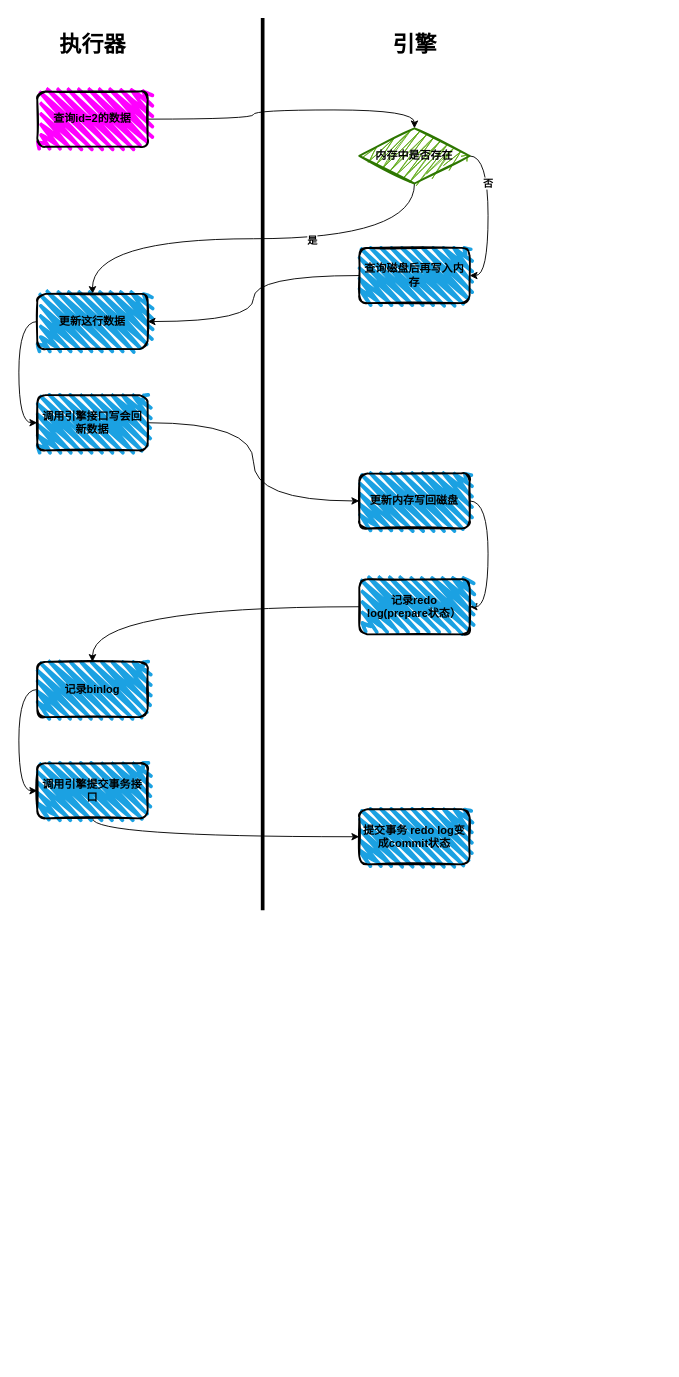
HAHARURU/note keeps this draw.io diagram as mysql.drawio. Above is the earlier version. Source tidied: cells renumbered, new cells numbered last; positions are measured from the earlier drawing's top-left corner, leaving out a move shared by most shapes. Both pictures are drawn from the tidied source at 92%, with x=0, y=0 at pixel (37, 17).
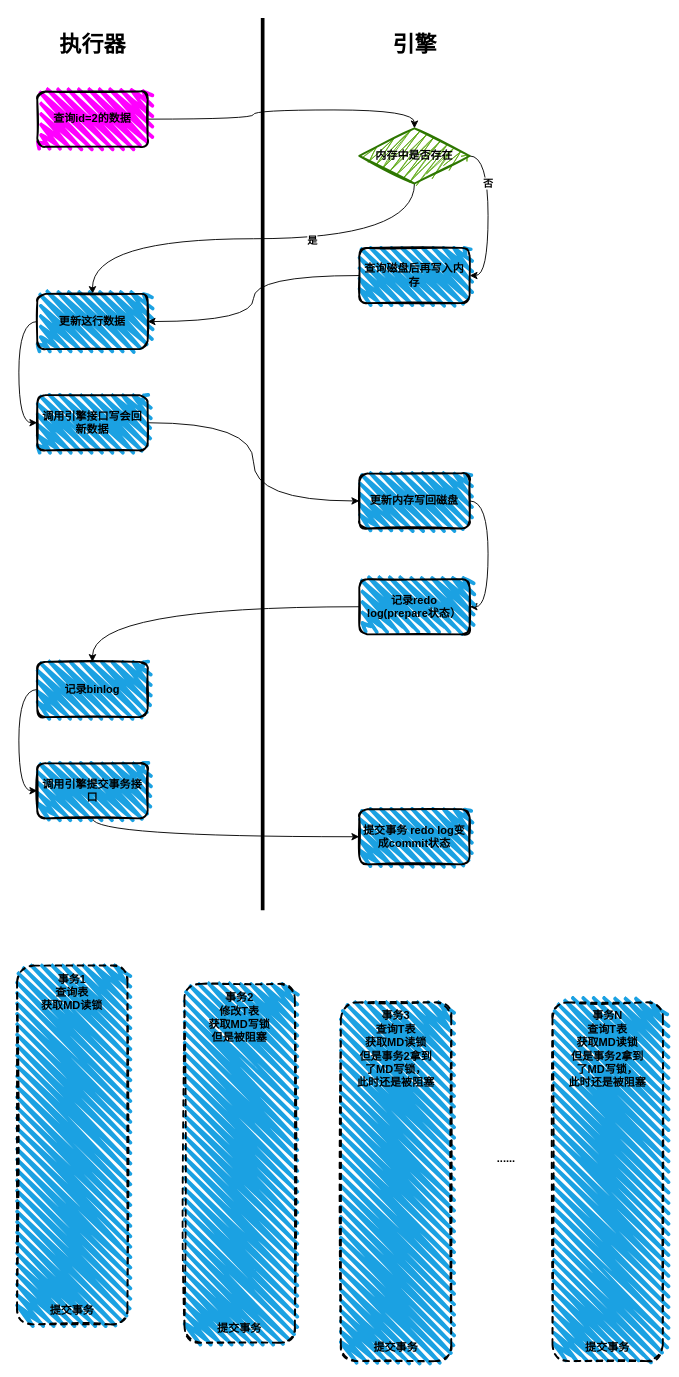
The same diagram, later.

What changed in the source:
```diff
@@
+    <mxCell id="27" value="&lt;b&gt;事务1&lt;br&gt;查询表&lt;br&gt;获取MD读锁&lt;br&gt;&lt;br&gt;&lt;br&gt;&lt;br&gt;&lt;br&gt;&lt;br&gt;&lt;br&gt;&lt;br&gt;&lt;br&gt;&lt;br&gt;&lt;br&gt;&lt;br&gt;&lt;br&gt;&lt;br&gt;&lt;br&gt;&lt;br&gt;&lt;br&gt;&lt;br&gt;&lt;br&gt;&lt;br&gt;&lt;br&gt;&lt;br&gt;&lt;br&gt;提交事务&lt;br&gt;&lt;/b&gt;" style="rounded=1;whiteSpace=wrap;html=1;strokeWidth=2;fillWeight=4;hachureGap=8;hachureAngle=45;fillColor=#1ba1e2;sketch=1;fillStyle=zigzag;shadow=0;glass=0;dashed=1;" parent="1" vertex="1">
+      <mxGeometry x="-22" y="1030" width="120" height="390" as="geometry" />
+    </mxCell>
+    <mxCell id="28" value="&lt;b&gt;事务2&lt;br&gt;修改T表&lt;br&gt;获取MD写锁&lt;br&gt;但是被阻塞&lt;br&gt;&lt;br&gt;&lt;br&gt;&lt;br&gt;&lt;br&gt;&lt;br&gt;&lt;br&gt;&lt;br&gt;&lt;br&gt;&lt;br&gt;&lt;br&gt;&lt;br&gt;&lt;br&gt;&lt;br&gt;&lt;br&gt;&lt;br&gt;&lt;br&gt;&lt;br&gt;&lt;br&gt;&lt;br&gt;&lt;br&gt;&lt;br&gt;提交事务&lt;br&gt;&lt;/b&gt;" style="rounded=1;whiteSpace=wrap;html=1;strokeWidth=2;fillWeight=4;hachureGap=8;hachureAngle=45;fillColor=#1ba1e2;sketch=1;fillStyle=zigzag;shadow=0;glass=0;dashed=1;" parent="1" vertex="1">
+      <mxGeometry x="160" y="1050" width="120" height="390" as="geometry" />
+    </mxCell>
+    <mxCell id="29" value="&lt;b&gt;事务3&lt;br&gt;查询T表&lt;br&gt;获取MD读锁&lt;br&gt;但是事务2拿到&lt;br&gt;了MD写锁，&lt;br&gt;此时还是被阻塞&lt;br&gt;&lt;br&gt;&lt;br&gt;&lt;br&gt;&lt;br&gt;&lt;br&gt;&lt;br&gt;&lt;br&gt;&lt;br&gt;&lt;br&gt;&lt;br&gt;&lt;br&gt;&lt;br&gt;&lt;br&gt;&lt;br&gt;&lt;br&gt;&lt;br&gt;&lt;br&gt;&lt;br&gt;&lt;br&gt;提交事务&lt;br&gt;&lt;/b&gt;" style="rounded=1;whiteSpace=wrap;html=1;strokeWidth=2;fillWeight=4;hachureGap=8;hachureAngle=45;fillColor=#1ba1e2;sketch=1;fillStyle=zigzag;shadow=0;glass=0;dashed=1;" parent="1" vertex="1">
+      <mxGeometry x="330" y="1070" width="120" height="390" as="geometry" />
+    </mxCell>
+    <mxCell id="30" value="&lt;b&gt;......&lt;/b&gt;" style="text;html=1;strokeColor=none;fillColor=none;align=center;verticalAlign=middle;whiteSpace=wrap;rounded=0;shadow=0;glass=0;dashed=1;sketch=0;" parent="1" vertex="1">
+      <mxGeometry x="490" y="1230" width="40" height="20" as="geometry" />
+    </mxCell>
+    <mxCell id="31" value="&lt;b&gt;事务N&lt;br&gt;查询T表&lt;br&gt;获取MD读锁&lt;br&gt;但是事务2拿到&lt;br&gt;了MD写锁，&lt;br&gt;此时还是被阻塞&lt;br&gt;&lt;br&gt;&lt;br&gt;&lt;br&gt;&lt;br&gt;&lt;br&gt;&lt;br&gt;&lt;br&gt;&lt;br&gt;&lt;br&gt;&lt;br&gt;&lt;br&gt;&lt;br&gt;&lt;br&gt;&lt;br&gt;&lt;br&gt;&lt;br&gt;&lt;br&gt;&lt;br&gt;&lt;br&gt;提交事务&lt;br&gt;&lt;/b&gt;" style="rounded=1;whiteSpace=wrap;html=1;strokeWidth=2;fillWeight=4;hachureGap=8;hachureAngle=45;fillColor=#1ba1e2;sketch=1;fillStyle=zigzag;shadow=0;glass=0;dashed=1;" parent="1" vertex="1">
+      <mxGeometry x="560" y="1070" width="120" height="390" as="geometry" />
+    </mxCell>
```
